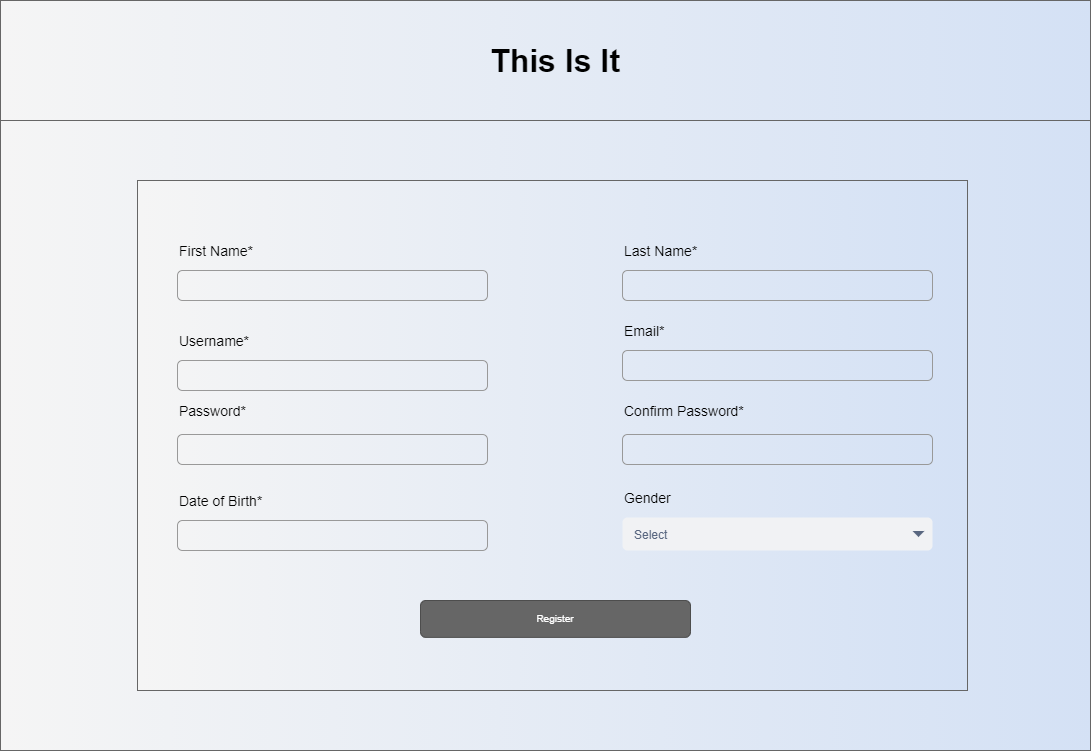
The draw.io diagram Documents/Storyboard/Storyboard-Registration.png in EvanWard29/COMP3006-NewsletterService, before a commit. Source tidied: cells renumbered, new cells last; positions are measured from the earlier drawing's top-left corner, leaving out a move shared by most shapes.
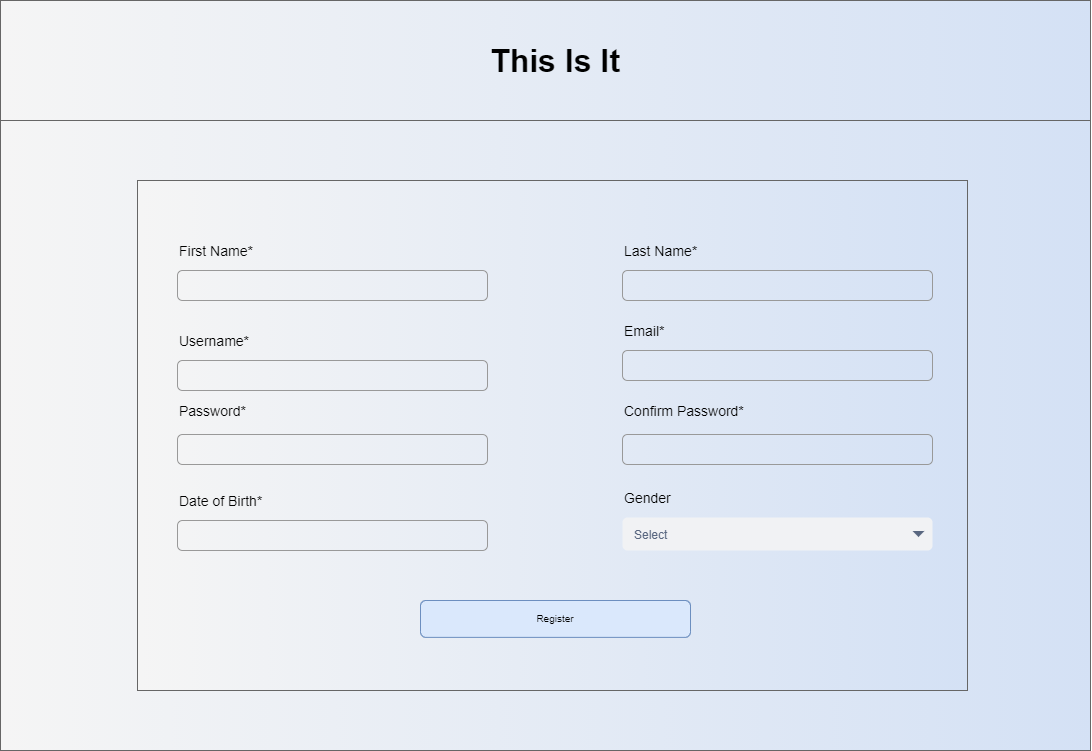
The same file after the commit.

Change to the diagram source:
```diff
@@ -11,7 +11,7 @@
     <mxCell id="4" value="This Is It" style="text;html=1;strokeColor=none;fillColor=none;align=center;verticalAlign=middle;rounded=0;fontSize=32;fontStyle=1;glass=0;shadow=0;sketch=0;labelBorderColor=none;labelBackgroundColor=none;whiteSpace=wrap;" parent="1" vertex="1">
       <mxGeometry x="475" y="50" width="160" height="20" as="geometry" />
     </mxCell>
-    <mxCell id="5" style="group;" parent="1" vertex="1">
+    <mxCell id="5" style="group;fillColor=#dae8fc;strokeColor=#6c8ebf;" parent="1" vertex="1">
       <mxGeometry x="177" y="230" width="790" height="460" as="geometry" />
     </mxCell>
     <mxCell id="6" style="rounded=0;whiteSpace=wrap;html=1;shadow=0;glass=0;labelBackgroundColor=none;sketch=0;fontSize=32;gradientDirection=east;fillColor=#f5f5f5;strokeColor=#666666;fontColor=#333333;gradientColor=#D4E1F5;" parent="5" vertex="1">
@@ -78,7 +78,7 @@
         <mxPoint x="-20" y="-3" as="offset" />
       </mxGeometry>
     </mxCell>
-    <mxCell id="24" value="Register" style="rounded=1;html=1;shadow=0;dashed=0;whiteSpace=wrap;fontSize=10;fillColor=#666666;align=center;strokeColor=#4D4D4D;fontColor=#ffffff;" parent="5" vertex="1">
+    <mxCell id="24" value="Register" style="rounded=1;html=1;shadow=0;dashed=0;whiteSpace=wrap;fontSize=10;fillColor=#dae8fc;align=center;strokeColor=#6c8ebf;" parent="5" vertex="1">
       <mxGeometry x="243" y="370" width="270" height="36.9" as="geometry" />
     </mxCell>
   </root>
```
